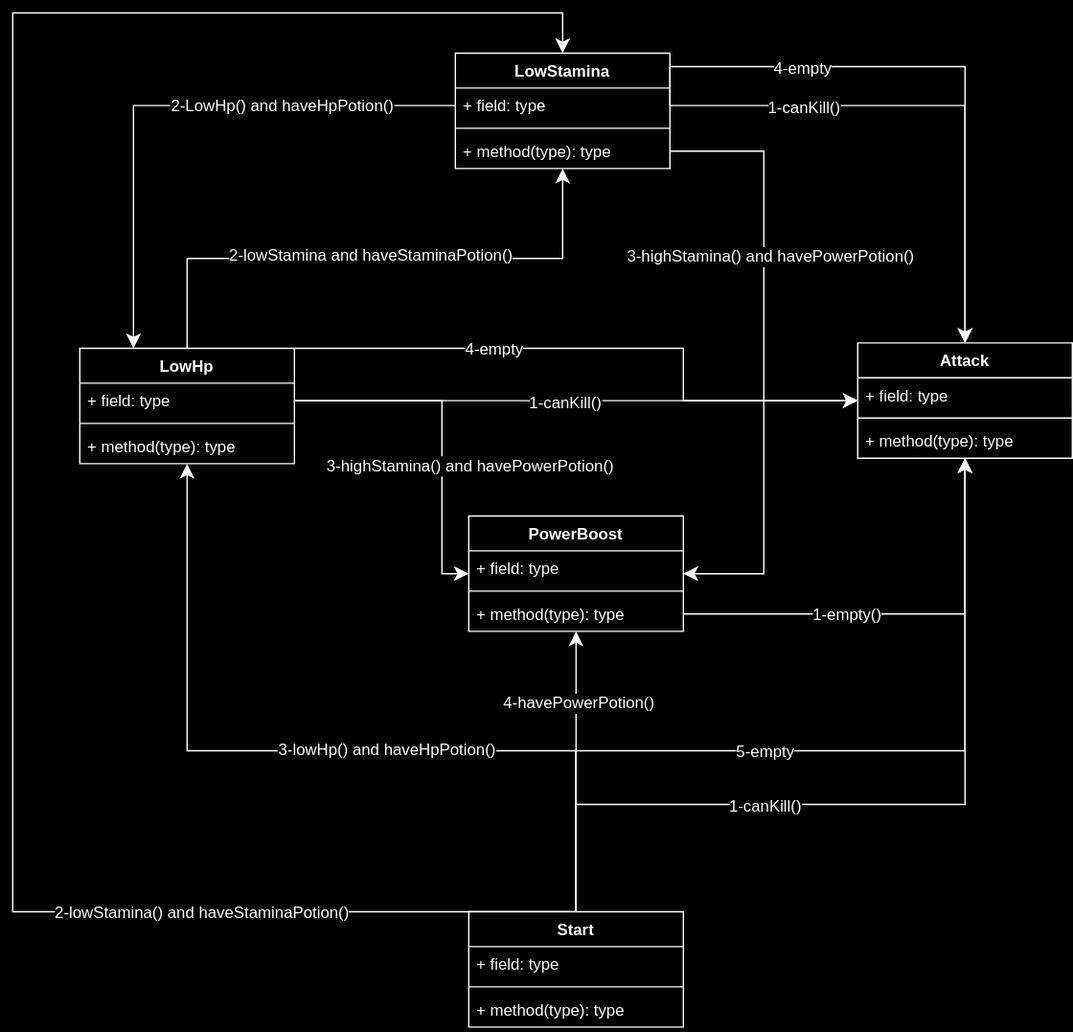
Above: Umls/fsm.drawio.svg in amir-samiee/iustz (draw.io), before the change. Source tidied: cells renumbered, new cells last; positions are measured from the earlier drawing's top-left corner, leaving out a move shared by most shapes. Its diagram source:
```xml
<mxGraphModel>
  <root>
    <mxCell id="0" />
    <mxCell id="1" parent="0" />
    <mxCell id="2" style="edgeStyle=orthogonalEdgeStyle;rounded=0;jettySize=auto;html=1;exitX=0.5;exitY=0;exitDx=0;exitDy=0;fontSize=12;startSize=8;endSize=8;" parent="1" edge="1" source="6" target="18">
      <mxGeometry relative="1" as="geometry" />
    </mxCell>
    <mxCell id="3" value="2-lowStamina and haveStaminaPotion()" style="edgeLabel;html=1;align=center;verticalAlign=middle;fontSize=12;" parent="2" vertex="1">
      <mxGeometry x="0.06" y="4" relative="1" as="geometry">
        <mxPoint x="-16" y="1" as="offset" />
      </mxGeometry>
    </mxCell>
    <mxCell id="4" style="edgeStyle=orthogonalEdgeStyle;rounded=0;jettySize=auto;html=1;exitX=1;exitY=0;exitDx=0;exitDy=0;fontSize=12;startSize=8;endSize=8;" parent="1" edge="1" source="6" target="14">
      <mxGeometry relative="1" as="geometry">
        <Array as="points">
          <mxPoint x="500" y="250" />
          <mxPoint x="500" y="289" />
        </Array>
      </mxGeometry>
    </mxCell>
    <mxCell id="5" value="4-empty" style="edgeLabel;html=1;align=center;verticalAlign=middle;fontSize=12;" parent="4" vertex="1">
      <mxGeometry x="-0.35" relative="1" as="geometry" />
    </mxCell>
    <mxCell id="6" value="LowHp" style="swimlane;fontStyle=1;align=center;verticalAlign=top;horizontal=1;startSize=26;whiteSpace=wrap;html=1;" parent="1" vertex="1">
      <mxGeometry x="50" y="250" width="160" height="86" as="geometry" />
    </mxCell>
    <mxCell id="7" value="+ field: type" style="text;strokeColor=none;fillColor=none;align=left;verticalAlign=top;spacingLeft=4;spacingRight=4;overflow=hidden;points=[[0,0.5],[1,0.5]];portConstraint=eastwest;whiteSpace=wrap;html=1;" parent="6" vertex="1">
      <mxGeometry y="26" width="160" height="26" as="geometry" />
    </mxCell>
    <mxCell id="8" style="line;strokeWidth=1;fillColor=none;align=left;verticalAlign=middle;spacingTop=-1;spacingLeft=3;spacingRight=3;labelPosition=right;strokeColor=inherit;" parent="6" vertex="1">
      <mxGeometry y="52" width="160" height="8" as="geometry" />
    </mxCell>
    <mxCell id="9" value="+ method(type): type" style="text;strokeColor=none;fillColor=none;align=left;verticalAlign=top;spacingLeft=4;spacingRight=4;overflow=hidden;whiteSpace=wrap;html=1;" parent="6" vertex="1">
      <mxGeometry y="60" width="160" height="26" as="geometry" />
    </mxCell>
    <mxCell id="10" value="PowerBoost" style="swimlane;fontStyle=1;align=center;verticalAlign=top;horizontal=1;startSize=26;whiteSpace=wrap;html=1;" parent="1" vertex="1">
      <mxGeometry x="340" y="375" width="160" height="86" as="geometry" />
    </mxCell>
    <mxCell id="11" value="+ field: type" style="text;strokeColor=none;fillColor=none;align=left;verticalAlign=top;spacingLeft=4;spacingRight=4;overflow=hidden;whiteSpace=wrap;html=1;" parent="10" vertex="1">
      <mxGeometry y="26" width="160" height="26" as="geometry" />
    </mxCell>
    <mxCell id="12" style="line;strokeWidth=1;fillColor=none;align=left;verticalAlign=middle;spacingTop=-1;spacingLeft=3;spacingRight=3;labelPosition=right;strokeColor=inherit;" parent="10" vertex="1">
      <mxGeometry y="52" width="160" height="8" as="geometry" />
    </mxCell>
    <mxCell id="13" value="+ method(type): type" style="text;strokeColor=none;fillColor=none;align=left;verticalAlign=top;spacingLeft=4;spacingRight=4;overflow=hidden;points=[[0,0.5],[1,0.5]];portConstraint=eastwest;whiteSpace=wrap;html=1;" parent="10" vertex="1">
      <mxGeometry y="60" width="160" height="26" as="geometry" />
    </mxCell>
    <mxCell id="14" value="Attack" style="swimlane;fontStyle=1;align=center;verticalAlign=top;horizontal=1;startSize=26;whiteSpace=wrap;html=1;" parent="1" vertex="1">
      <mxGeometry x="630" y="246" width="160" height="86" as="geometry" />
    </mxCell>
    <mxCell id="15" value="+ field: type" style="text;strokeColor=none;fillColor=none;align=left;verticalAlign=top;spacingLeft=4;spacingRight=4;overflow=hidden;whiteSpace=wrap;html=1;" parent="14" vertex="1">
      <mxGeometry y="26" width="160" height="26" as="geometry" />
    </mxCell>
    <mxCell id="16" style="line;strokeWidth=1;fillColor=none;align=left;verticalAlign=middle;spacingTop=-1;spacingLeft=3;spacingRight=3;labelPosition=right;strokeColor=inherit;" parent="14" vertex="1">
      <mxGeometry y="52" width="160" height="8" as="geometry" />
    </mxCell>
    <mxCell id="17" value="+ method(type): type" style="text;strokeColor=none;fillColor=none;align=left;verticalAlign=top;spacingLeft=4;spacingRight=4;overflow=hidden;whiteSpace=wrap;html=1;" parent="14" vertex="1">
      <mxGeometry y="60" width="160" height="26" as="geometry" />
    </mxCell>
    <mxCell id="18" value="LowStamina" style="swimlane;fontStyle=1;align=center;verticalAlign=top;horizontal=1;startSize=26;whiteSpace=wrap;html=1;" parent="1" vertex="1">
      <mxGeometry x="330" y="30" width="160" height="86" as="geometry" />
    </mxCell>
    <mxCell id="19" value="+ field: type" style="text;strokeColor=none;fillColor=none;align=left;verticalAlign=top;spacingLeft=4;spacingRight=4;overflow=hidden;points=[[0,0.5],[1,0.5]];portConstraint=eastwest;whiteSpace=wrap;html=1;" parent="18" vertex="1">
      <mxGeometry y="26" width="160" height="26" as="geometry" />
    </mxCell>
    <mxCell id="20" style="line;strokeWidth=1;fillColor=none;align=left;verticalAlign=middle;spacingTop=-1;spacingLeft=3;spacingRight=3;labelPosition=right;strokeColor=inherit;" parent="18" vertex="1">
      <mxGeometry y="52" width="160" height="8" as="geometry" />
    </mxCell>
    <mxCell id="21" value="+ method(type): type" style="text;strokeColor=none;fillColor=none;align=left;verticalAlign=top;spacingLeft=4;spacingRight=4;overflow=hidden;points=[[0,0.5],[1,0.5]];portConstraint=eastwest;whiteSpace=wrap;html=1;" parent="18" vertex="1">
      <mxGeometry y="60" width="160" height="26" as="geometry" />
    </mxCell>
    <mxCell id="22" style="edgeStyle=orthogonalEdgeStyle;rounded=0;jettySize=auto;html=1;exitX=0.5;exitY=0;exitDx=0;exitDy=0;fontSize=12;startSize=8;endSize=8;" parent="1" edge="1" source="32" target="10">
      <mxGeometry relative="1" as="geometry" />
    </mxCell>
    <mxCell id="23" value="4-havePowerPotion()" style="edgeLabel;html=1;align=center;verticalAlign=middle;fontSize=12;" parent="22" vertex="1">
      <mxGeometry x="0.49" y="-1" relative="1" as="geometry" />
    </mxCell>
    <mxCell id="24" style="edgeStyle=orthogonalEdgeStyle;rounded=0;jettySize=auto;html=1;exitX=0.5;exitY=0;exitDx=0;exitDy=0;fontSize=12;startSize=8;endSize=8;" parent="1" edge="1" source="32" target="6">
      <mxGeometry relative="1" as="geometry">
        <Array as="points">
          <mxPoint x="420" y="550" />
          <mxPoint x="130" y="550" />
        </Array>
      </mxGeometry>
    </mxCell>
    <mxCell id="25" value="3-lowHp() and haveHpPotion()" style="edgeLabel;html=1;align=center;verticalAlign=middle;fontSize=12;" parent="24" vertex="1">
      <mxGeometry x="-0.2" y="-1" relative="1" as="geometry">
        <mxPoint x="-12" as="offset" />
      </mxGeometry>
    </mxCell>
    <mxCell id="26" style="edgeStyle=orthogonalEdgeStyle;rounded=0;jettySize=auto;html=1;exitX=0.5;exitY=0;exitDx=0;exitDy=0;fontSize=12;startSize=8;endSize=8;" parent="1" edge="1" source="32" target="14">
      <mxGeometry relative="1" as="geometry">
        <Array as="points">
          <mxPoint x="420" y="550" />
          <mxPoint x="710" y="550" />
        </Array>
      </mxGeometry>
    </mxCell>
    <mxCell id="27" value="5-empty" style="edgeLabel;html=1;align=center;verticalAlign=middle;fontSize=12;" parent="26" vertex="1">
      <mxGeometry x="-0.17" relative="1" as="geometry" />
    </mxCell>
    <mxCell id="28" style="edgeStyle=orthogonalEdgeStyle;rounded=0;jettySize=auto;html=1;exitX=0.5;exitY=0;exitDx=0;exitDy=0;fontSize=12;startSize=8;endSize=8;" parent="1" edge="1" source="32" target="14">
      <mxGeometry relative="1" as="geometry">
        <Array as="points">
          <mxPoint x="420" y="590" />
          <mxPoint x="710" y="590" />
        </Array>
      </mxGeometry>
    </mxCell>
    <mxCell id="29" value="1-canKill()" style="edgeLabel;html=1;align=center;verticalAlign=middle;fontSize=12;" parent="28" vertex="1">
      <mxGeometry x="-0.3" y="-1" relative="1" as="geometry" />
    </mxCell>
    <mxCell id="30" style="edgeStyle=orthogonalEdgeStyle;rounded=0;jettySize=auto;html=1;exitX=0.5;exitY=0;exitDx=0;exitDy=0;fontSize=12;startSize=8;endSize=8;" parent="1" edge="1" source="32" target="18">
      <mxGeometry relative="1" as="geometry">
        <Array as="points">
          <mxPoint y="670" />
          <mxPoint />
          <mxPoint x="410" />
        </Array>
      </mxGeometry>
    </mxCell>
    <mxCell id="31" value="2-lowStamina() and haveStaminaPotion()" style="edgeLabel;html=1;align=center;verticalAlign=middle;fontSize=12;" parent="30" vertex="1">
      <mxGeometry x="-0.73" y="-3" relative="1" as="geometry">
        <mxPoint x="-73" y="3" as="offset" />
      </mxGeometry>
    </mxCell>
    <mxCell id="32" value="Start" style="swimlane;fontStyle=1;align=center;verticalAlign=top;horizontal=1;startSize=26;whiteSpace=wrap;html=1;" parent="1" vertex="1">
      <mxGeometry x="340" y="670" width="160" height="86" as="geometry" />
    </mxCell>
    <mxCell id="33" value="+ field: type" style="text;strokeColor=none;fillColor=none;align=left;verticalAlign=top;spacingLeft=4;spacingRight=4;overflow=hidden;whiteSpace=wrap;html=1;" parent="32" vertex="1">
      <mxGeometry y="26" width="160" height="26" as="geometry" />
    </mxCell>
    <mxCell id="34" style="line;strokeWidth=1;fillColor=none;align=left;verticalAlign=middle;spacingTop=-1;spacingLeft=3;spacingRight=3;labelPosition=right;strokeColor=inherit;" parent="32" vertex="1">
      <mxGeometry y="52" width="160" height="8" as="geometry" />
    </mxCell>
    <mxCell id="35" value="+ method(type): type" style="text;strokeColor=none;fillColor=none;align=left;verticalAlign=top;spacingLeft=4;spacingRight=4;overflow=hidden;whiteSpace=wrap;html=1;" parent="32" vertex="1">
      <mxGeometry y="60" width="160" height="26" as="geometry" />
    </mxCell>
    <mxCell id="36" style="edgeStyle=orthogonalEdgeStyle;rounded=0;jettySize=auto;html=1;exitX=1;exitY=0.5;exitDx=0;exitDy=0;fontSize=12;startSize=8;endSize=8;" parent="1" edge="1" source="7" target="14">
      <mxGeometry relative="1" as="geometry" />
    </mxCell>
    <mxCell id="37" value="1-canKill()" style="edgeLabel;html=1;align=center;verticalAlign=middle;fontSize=12;" parent="36" vertex="1">
      <mxGeometry x="-0.04" y="-1" relative="1" as="geometry" />
    </mxCell>
    <mxCell id="38" style="edgeStyle=orthogonalEdgeStyle;rounded=0;jettySize=auto;html=1;exitX=1;exitY=0.5;exitDx=0;exitDy=0;fontSize=12;startSize=8;endSize=8;" parent="1" edge="1" source="7" target="10">
      <mxGeometry relative="1" as="geometry">
        <Array as="points">
          <mxPoint x="320" y="289" />
          <mxPoint x="320" y="418" />
        </Array>
      </mxGeometry>
    </mxCell>
    <mxCell id="39" value="3-highStamina() and havePowerPotion()" style="edgeLabel;html=1;align=center;verticalAlign=middle;fontSize=12;" parent="38" vertex="1">
      <mxGeometry x="0.13" y="-1" relative="1" as="geometry">
        <mxPoint x="21" y="12" as="offset" />
      </mxGeometry>
    </mxCell>
    <mxCell id="40" style="edgeStyle=orthogonalEdgeStyle;rounded=0;jettySize=auto;html=1;exitX=1;exitY=0.5;exitDx=0;exitDy=0;fontSize=12;startSize=8;endSize=8;" parent="1" edge="1" source="19" target="14">
      <mxGeometry relative="1" as="geometry" />
    </mxCell>
    <mxCell id="41" value="1-canKill()" style="edgeLabel;html=1;align=center;verticalAlign=middle;fontSize=12;" parent="40" vertex="1">
      <mxGeometry x="-0.5" y="-1" relative="1" as="geometry" />
    </mxCell>
    <mxCell id="42" style="edgeStyle=orthogonalEdgeStyle;rounded=0;jettySize=auto;html=1;exitX=0;exitY=0.5;exitDx=0;exitDy=0;fontSize=12;startSize=8;endSize=8;" parent="1" edge="1" source="19" target="6">
      <mxGeometry relative="1" as="geometry">
        <Array as="points">
          <mxPoint x="90" y="69" />
        </Array>
      </mxGeometry>
    </mxCell>
    <mxCell id="43" value="2-LowHp() and haveHpPotion()" style="edgeLabel;html=1;align=center;verticalAlign=middle;fontSize=12;" parent="42" vertex="1">
      <mxGeometry x="-0.36" y="5" relative="1" as="geometry">
        <mxPoint x="5" y="-5" as="offset" />
      </mxGeometry>
    </mxCell>
    <mxCell id="44" style="edgeStyle=orthogonalEdgeStyle;rounded=0;jettySize=auto;html=1;exitX=1;exitY=0.5;exitDx=0;exitDy=0;fontSize=12;startSize=8;endSize=8;" parent="1" edge="1" source="21" target="10">
      <mxGeometry relative="1" as="geometry">
        <Array as="points">
          <mxPoint x="560" y="103" />
          <mxPoint x="560" y="418" />
        </Array>
      </mxGeometry>
    </mxCell>
    <mxCell id="45" value="3-highStamina() and havePowerPotion()" style="edgeLabel;html=1;align=center;verticalAlign=middle;fontSize=12;" parent="44" vertex="1">
      <mxGeometry x="-0.33" y="4" relative="1" as="geometry" />
    </mxCell>
    <mxCell id="46" style="edgeStyle=orthogonalEdgeStyle;rounded=0;jettySize=auto;html=1;exitX=1;exitY=0.5;exitDx=0;exitDy=0;fontSize=12;startSize=8;endSize=8;" parent="1" edge="1" source="19" target="14">
      <mxGeometry relative="1" as="geometry">
        <Array as="points">
          <mxPoint x="490" y="40" />
          <mxPoint x="710" y="40" />
        </Array>
      </mxGeometry>
    </mxCell>
    <mxCell id="47" value="4-empty" style="edgeLabel;html=1;align=center;verticalAlign=middle;fontSize=12;" parent="46" vertex="1">
      <mxGeometry x="-0.44" y="-1" relative="1" as="geometry" />
    </mxCell>
    <mxCell id="48" style="edgeStyle=orthogonalEdgeStyle;rounded=0;jettySize=auto;html=1;exitX=1;exitY=0.5;exitDx=0;exitDy=0;fontSize=12;startSize=8;endSize=8;" parent="1" edge="1" source="13" target="14">
      <mxGeometry relative="1" as="geometry" />
    </mxCell>
    <mxCell id="49" value="1-empty()" style="edgeLabel;html=1;align=center;verticalAlign=middle;fontSize=12;" parent="48" vertex="1">
      <mxGeometry x="-0.26" relative="1" as="geometry" />
    </mxCell>
  </root>
</mxGraphModel>
```
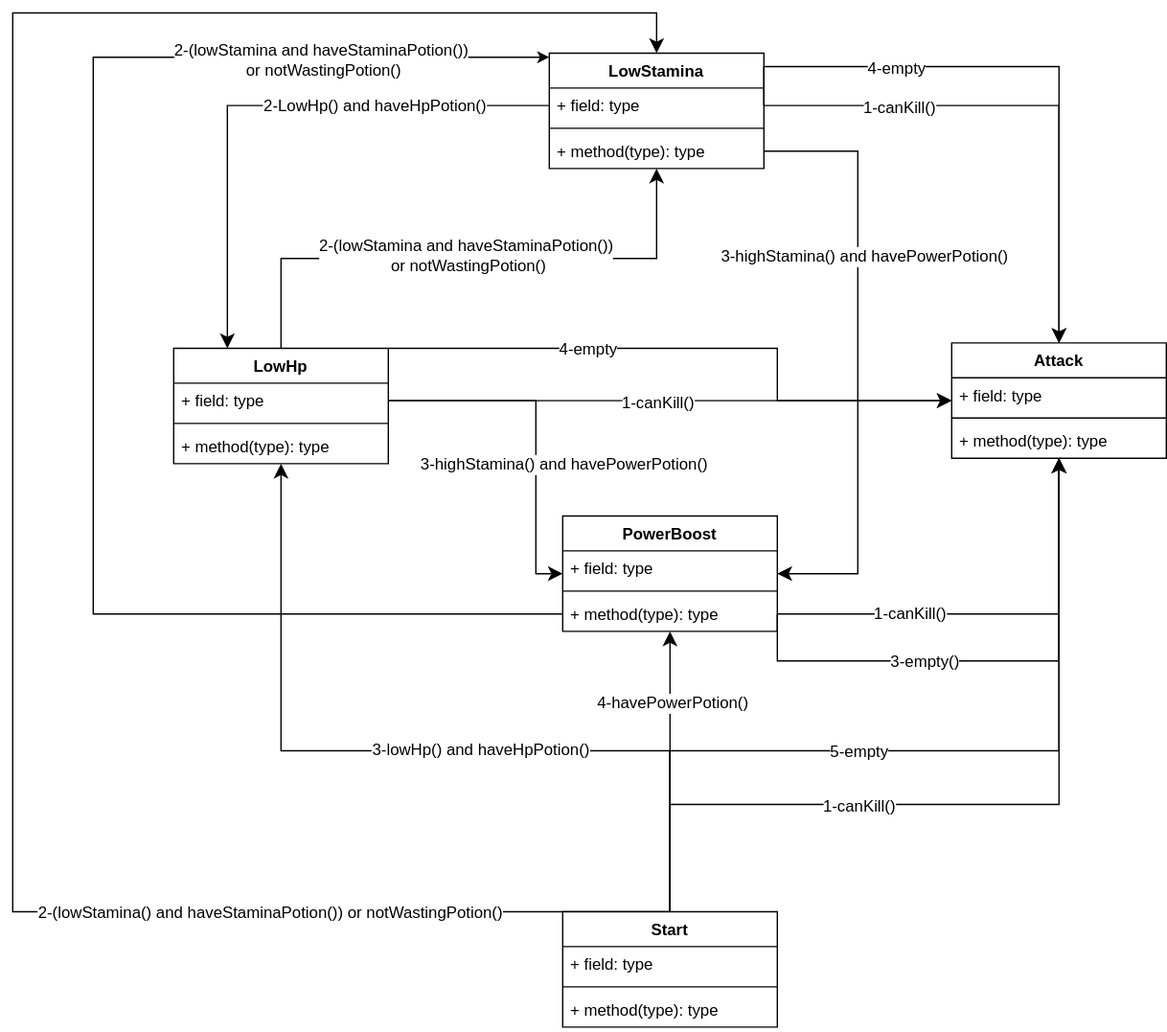
Above is the later version.

Commit message:
minor change fsm uml

What changed in the source:
```diff
@@ -5,7 +5,7 @@
     <mxCell id="2" style="edgeStyle=orthogonalEdgeStyle;rounded=0;jettySize=auto;html=1;exitX=0.5;exitY=0;exitDx=0;exitDy=0;fontSize=12;startSize=8;endSize=8;" parent="1" edge="1" source="6" target="18">
       <mxGeometry relative="1" as="geometry" />
     </mxCell>
-    <mxCell id="3" value="2-lowStamina and haveStaminaPotion()" style="edgeLabel;html=1;align=center;verticalAlign=middle;fontSize=12;" parent="2" vertex="1">
+    <mxCell id="3" value="2-(lowStamina and haveStaminaPotion())&lt;div&gt;&amp;nbsp;or notWastingPotion()&lt;br&gt;&lt;/div&gt;" style="edgeLabel;html=1;align=center;verticalAlign=middle;fontSize=12;" parent="2" vertex="1">
       <mxGeometry x="0.06" y="4" relative="1" as="geometry">
         <mxPoint x="-16" y="1" as="offset" />
       </mxGeometry>
@@ -113,13 +113,13 @@
     <mxCell id="30" style="edgeStyle=orthogonalEdgeStyle;rounded=0;jettySize=auto;html=1;exitX=0.5;exitY=0;exitDx=0;exitDy=0;fontSize=12;startSize=8;endSize=8;" parent="1" edge="1" source="32" target="18">
       <mxGeometry relative="1" as="geometry">
         <Array as="points">
-          <mxPoint y="670" />
-          <mxPoint />
+          <mxPoint x="-70" y="670" />
+          <mxPoint x="-70" />
           <mxPoint x="410" />
         </Array>
       </mxGeometry>
     </mxCell>
-    <mxCell id="31" value="2-lowStamina() and haveStaminaPotion()" style="edgeLabel;html=1;align=center;verticalAlign=middle;fontSize=12;" parent="30" vertex="1">
+    <mxCell id="31" value="2-(lowStamina() and haveStaminaPotion()) or notWastingPotion()" style="edgeLabel;html=1;align=center;verticalAlign=middle;fontSize=12;" parent="30" vertex="1">
       <mxGeometry x="-0.73" y="-3" relative="1" as="geometry">
         <mxPoint x="-73" y="3" as="offset" />
       </mxGeometry>
@@ -196,10 +196,34 @@
       <mxGeometry x="-0.44" y="-1" relative="1" as="geometry" />
     </mxCell>
     <mxCell id="48" style="edgeStyle=orthogonalEdgeStyle;rounded=0;jettySize=auto;html=1;exitX=1;exitY=0.5;exitDx=0;exitDy=0;fontSize=12;startSize=8;endSize=8;" parent="1" edge="1" source="13" target="14">
-      <mxGeometry relative="1" as="geometry" />
+      <mxGeometry relative="1" as="geometry">
+        <Array as="points">
+          <mxPoint x="500" y="483" />
+          <mxPoint x="710" y="483" />
+        </Array>
+      </mxGeometry>
     </mxCell>
-    <mxCell id="49" value="1-empty()" style="edgeLabel;html=1;align=center;verticalAlign=middle;fontSize=12;" parent="48" vertex="1">
-      <mxGeometry x="-0.26" relative="1" as="geometry" />
+    <mxCell id="49" value="3-empty()" style="edgeLabel;html=1;align=center;verticalAlign=middle;fontSize=12;" parent="48" vertex="1">
+      <mxGeometry x="-0.26" relative="1" as="geometry">
+        <mxPoint x="-3" as="offset" />
+      </mxGeometry>
     </mxCell>
+    <mxCell id="50" style="edgeStyle=orthogonalEdgeStyle;rounded=0;jettySize=auto;html=1;exitX=1;exitY=0.5;exitDx=0;exitDy=0;" parent="1" edge="1" source="13" target="14">
+      <mxGeometry relative="1" as="geometry" />
+    </mxCell>
+    <mxCell id="51" value="&lt;span style=&quot;font-size: 12px;&quot;&gt;1-canKill()&lt;/span&gt;" style="edgeLabel;html=1;align=center;verticalAlign=middle;" parent="50" vertex="1">
+      <mxGeometry x="-0.39" y="1" relative="1" as="geometry" />
+    </mxCell>
+    <mxCell id="52" style="edgeStyle=orthogonalEdgeStyle;rounded=0;jettySize=auto;html=1;exitX=0;exitY=0.5;exitDx=0;exitDy=0;" parent="1" edge="1" source="13" target="18">
+      <mxGeometry relative="1" as="geometry">
+        <Array as="points">
+          <mxPoint x="-10" y="448" />
+          <mxPoint x="-10" y="33" />
+        </Array>
+      </mxGeometry>
+    </mxCell>
+    <mxCell id="53" value="&lt;span style=&quot;font-size: 12px;&quot;&gt;2-(lowStamina and haveStaminaPotion())&lt;/span&gt;&lt;div style=&quot;font-size: 12px;&quot;&gt;&amp;nbsp;or notWastingPotion()&lt;/div&gt;" style="edgeLabel;html=1;align=center;verticalAlign=middle;" parent="52" vertex="1">
+      <mxGeometry x="0.69" y="-1" relative="1" as="geometry" />
+    </mxCell>
   </root>
 </mxGraphModel>
```
